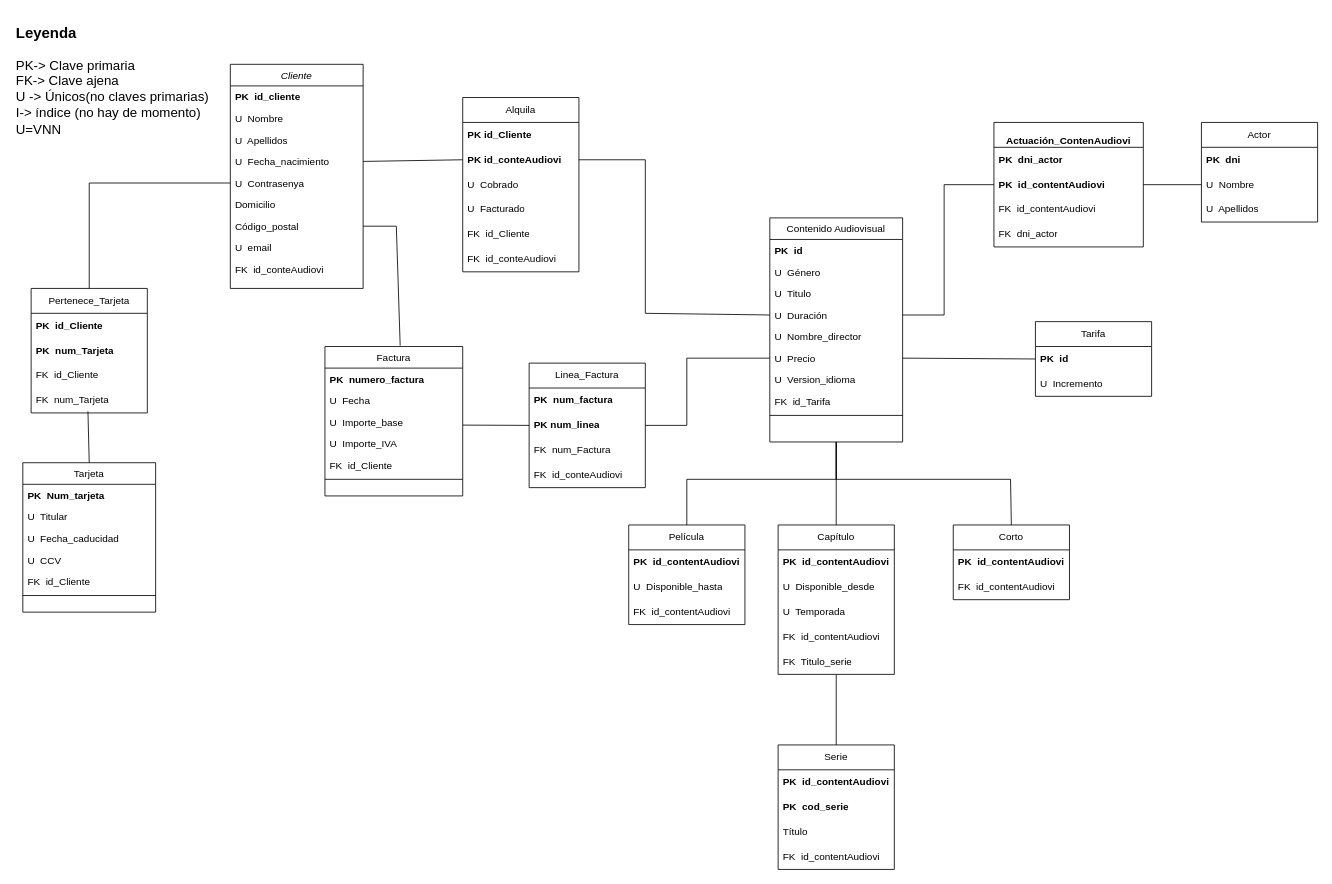
This is Modelo Relacional.drawio from Ivanmontesinos21/Proyecto_MiraVereda, a draw.io file, before an edit. Source tidied: cells renumbered, new cells numbered last; positions are measured from the earlier drawing's top-left corner, leaving out a move shared by most shapes. Both pictures are drawn from the tidied source at 83%, with x=0, y=0 at pixel (14, 14).
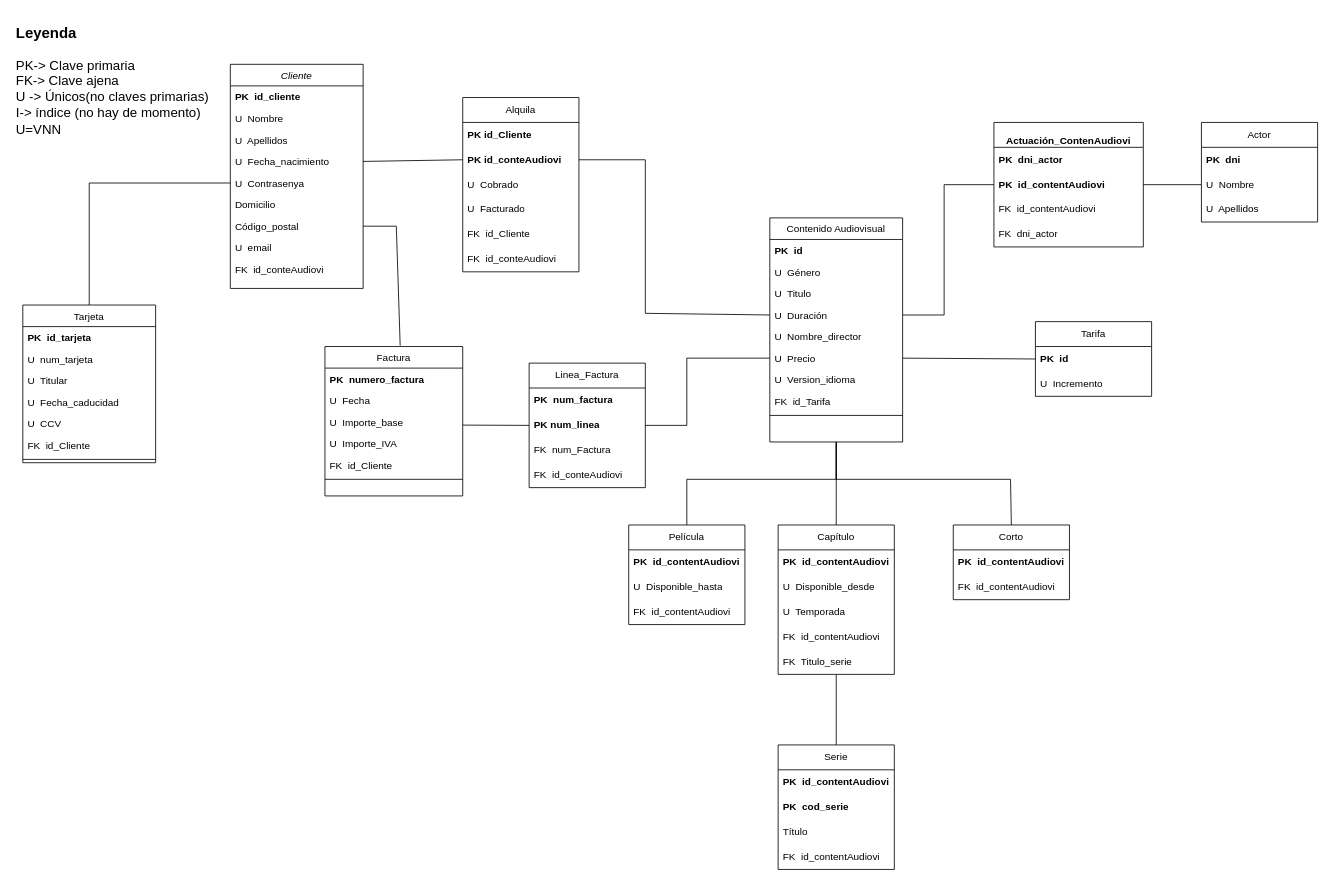
After the change.

Commit message:
Modelo Relacional

The change refers to these unchanged cells:
```xml
<mxCell id="7" value="U  Contrasenya" style="text;align=left;verticalAlign=top;spacingLeft=4;spacingRight=4;overflow=hidden;points=[[0,0.5],[1,0.5]];portConstraint=eastwest;" parent="2" vertex="1">
  <mxGeometry y="130" width="160" height="26" as="geometry" />
</mxCell>
```

Change to the diagram source:
```diff
@@
     <mxCell id="12" value="Tarjeta" style="swimlane;fontStyle=0;align=center;verticalAlign=top;horizontal=1;startSize=26;rounded=0;shadow=0;strokeWidth=1;" parent="1" vertex="1">
-      <mxGeometry x="10" y="540" width="160" height="180" as="geometry" />
+      <mxGeometry x="10" y="350" width="160" height="190" as="geometry" />
     </mxCell>
-    <mxCell id="13" value="PK  Num_tarjeta" style="text;align=left;verticalAlign=top;spacingLeft=4;spacingRight=4;overflow=hidden;fontStyle=1;" parent="12" vertex="1">
+    <mxCell id="13" value="PK  id_tarjeta" style="text;align=left;verticalAlign=top;spacingLeft=4;spacingRight=4;overflow=hidden;fontStyle=1;" parent="12" vertex="1">
       <mxGeometry y="26" width="160" height="26" as="geometry" />
     </mxCell>
+    <mxCell id="98" value="U  num_tarjeta" style="text;align=left;verticalAlign=top;spacingLeft=4;spacingRight=4;overflow=hidden;rounded=0;shadow=0;html=0;" parent="12" vertex="1">
+      <mxGeometry y="52" width="160" height="26" as="geometry" />
+    </mxCell>
     <mxCell id="14" value="U  Titular" style="text;align=left;verticalAlign=top;spacingLeft=4;spacingRight=4;overflow=hidden;rounded=0;shadow=0;html=0;" parent="12" vertex="1">
-      <mxGeometry y="52" width="160" height="26" as="geometry" />
+      <mxGeometry y="78" width="160" height="26" as="geometry" />
     </mxCell>
     <mxCell id="15" value="U  Fecha_caducidad" style="text;align=left;verticalAlign=top;spacingLeft=4;spacingRight=4;overflow=hidden;rounded=0;shadow=0;html=0;" parent="12" vertex="1">
-      <mxGeometry y="78" width="160" height="26" as="geometry" />
+      <mxGeometry y="104" width="160" height="26" as="geometry" />
     </mxCell>
     <mxCell id="16" value="U  CCV" style="text;align=left;verticalAlign=top;spacingLeft=4;spacingRight=4;overflow=hidden;rounded=0;shadow=0;html=0;" parent="12" vertex="1">
-      <mxGeometry y="104" width="160" height="26" as="geometry" />
+      <mxGeometry y="130" width="160" height="26" as="geometry" />
     </mxCell>
     <mxCell id="17" value="FK  id_Cliente" style="text;align=left;verticalAlign=top;spacingLeft=4;spacingRight=4;overflow=hidden;rounded=0;shadow=0;html=0;" parent="12" vertex="1">
-      <mxGeometry y="130" width="160" height="26" as="geometry" />
+      <mxGeometry y="156" width="160" height="26" as="geometry" />
     </mxCell>
     <mxCell id="18" style="line;html=1;strokeWidth=1;align=left;verticalAlign=middle;spacingTop=-1;spacingLeft=3;spacingRight=3;labelPosition=right;" parent="12" vertex="1">
-      <mxGeometry y="156" width="160" height="8" as="geometry" />
+      <mxGeometry y="182" width="160" height="8" as="geometry" />
     </mxCell>
@@
-    <mxCell id="84" style="endArrow=none;html=1;rounded=0;exitX=0.5;exitY=0;exitDx=0;exitDy=0;entryX=0.489;entryY=0.939;entryDx=0;entryDy=0;entryPerimeter=0;" parent="1" edge="1" source="12" target="91">
-      <mxGeometry relative="1" as="geometry" />
-    </mxCell>
@@
-    <mxCell id="87" value="Pertenece_Tarjeta" style="swimlane;fontStyle=0;horizontal=1;startSize=30;whiteSpace=wrap;html=1;" parent="1" vertex="1">
-      <mxGeometry x="20" y="330" width="140" height="150" as="geometry" />
-    </mxCell>
-    <mxCell id="88" value="&lt;span style=&quot;font-weight: 700; text-wrap: nowrap;&quot;&gt;PK&amp;nbsp; id_Cliente&lt;/span&gt;" style="text;strokeColor=none;fillColor=none;align=left;verticalAlign=middle;spacingLeft=4;spacingRight=4;overflow=hidden;whiteSpace=wrap;html=1;" parent="87" vertex="1">
-      <mxGeometry y="30" width="140" height="30" as="geometry" />
-    </mxCell>
-    <mxCell id="89" value="&lt;span style=&quot;font-weight: 700; text-wrap: nowrap;&quot;&gt;PK&amp;nbsp; num_Tarjeta&lt;/span&gt;" style="text;strokeColor=none;fillColor=none;align=left;verticalAlign=middle;spacingLeft=4;spacingRight=4;overflow=hidden;whiteSpace=wrap;html=1;" parent="87" vertex="1">
-      <mxGeometry y="60" width="140" height="30" as="geometry" />
-    </mxCell>
-    <mxCell id="90" value="FK&amp;nbsp; id_Cliente" style="text;strokeColor=none;fillColor=none;align=left;verticalAlign=middle;spacingLeft=4;spacingRight=4;overflow=hidden;whiteSpace=wrap;html=1;" parent="87" vertex="1">
-      <mxGeometry y="90" width="140" height="30" as="geometry" />
-    </mxCell>
-    <mxCell id="91" value="FK&amp;nbsp; num_Tarjeta" style="text;strokeColor=none;fillColor=none;align=left;verticalAlign=middle;spacingLeft=4;spacingRight=4;overflow=hidden;points=[[0,0.5],[1,0.5]];portConstraint=eastwest;whiteSpace=wrap;html=1;" parent="87" vertex="1">
-      <mxGeometry y="120" width="140" height="30" as="geometry" />
-    </mxCell>
-    <mxCell id="92" style="endArrow=none;html=1;rounded=0;exitX=0.5;exitY=0;exitDx=0;exitDy=0;entryX=0;entryY=0.5;entryDx=0;entryDy=0;" parent="1" edge="1" source="87" target="7">
+    <mxCell id="92" style="endArrow=none;html=1;rounded=0;exitX=0.5;exitY=0;exitDx=0;exitDy=0;entryX=0;entryY=0.5;entryDx=0;entryDy=0;" parent="1" edge="1" source="12" target="7">
       <mxGeometry relative="1" as="geometry">
         <Array as="points">
           <mxPoint x="90" y="203" />
         </Array>
       </mxGeometry>
     </mxCell>
```
